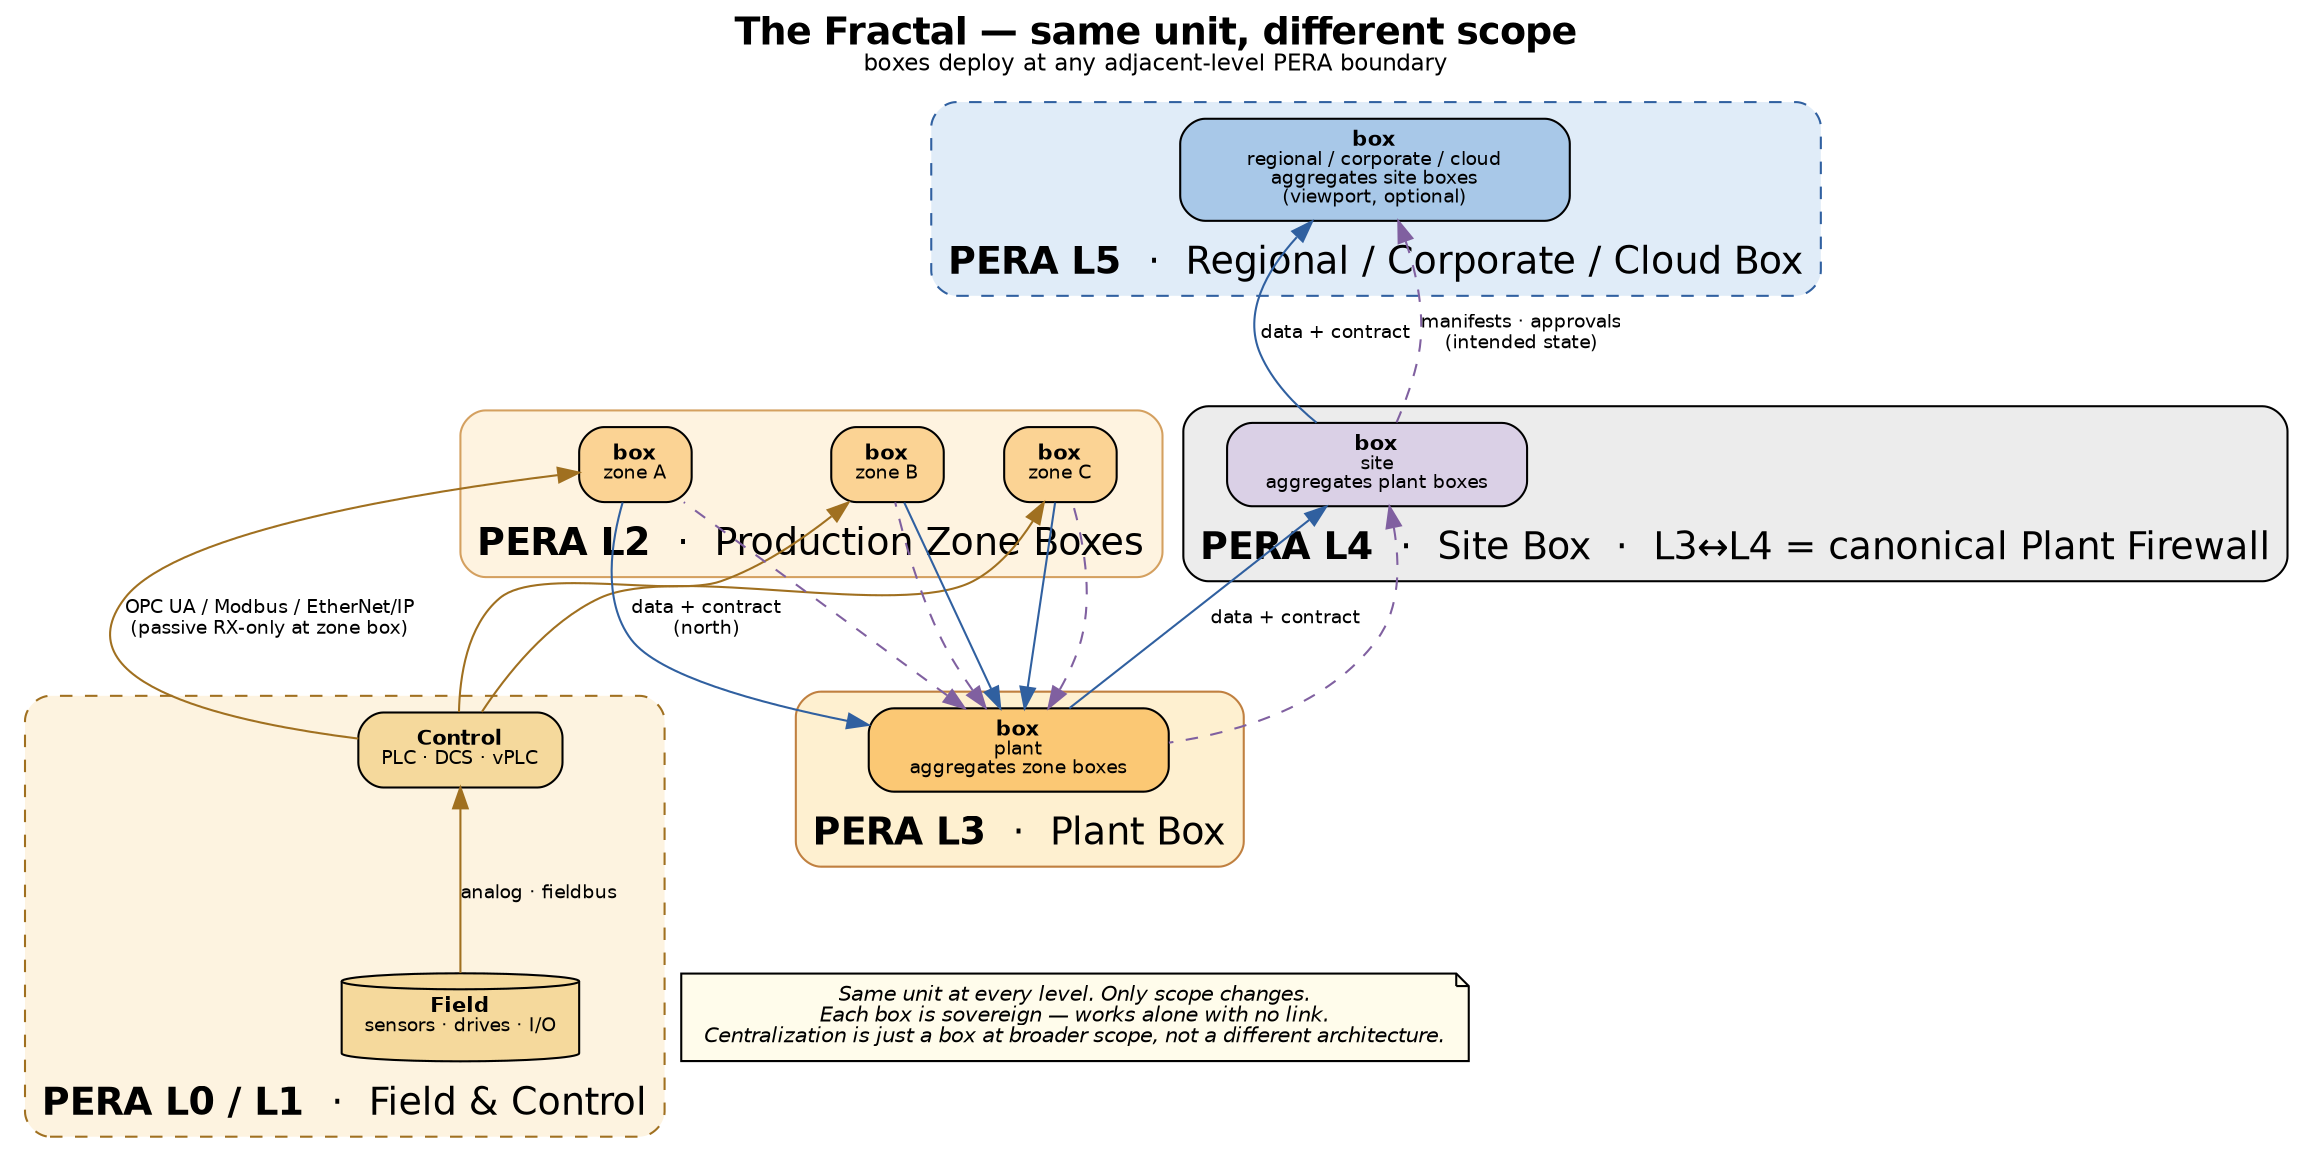
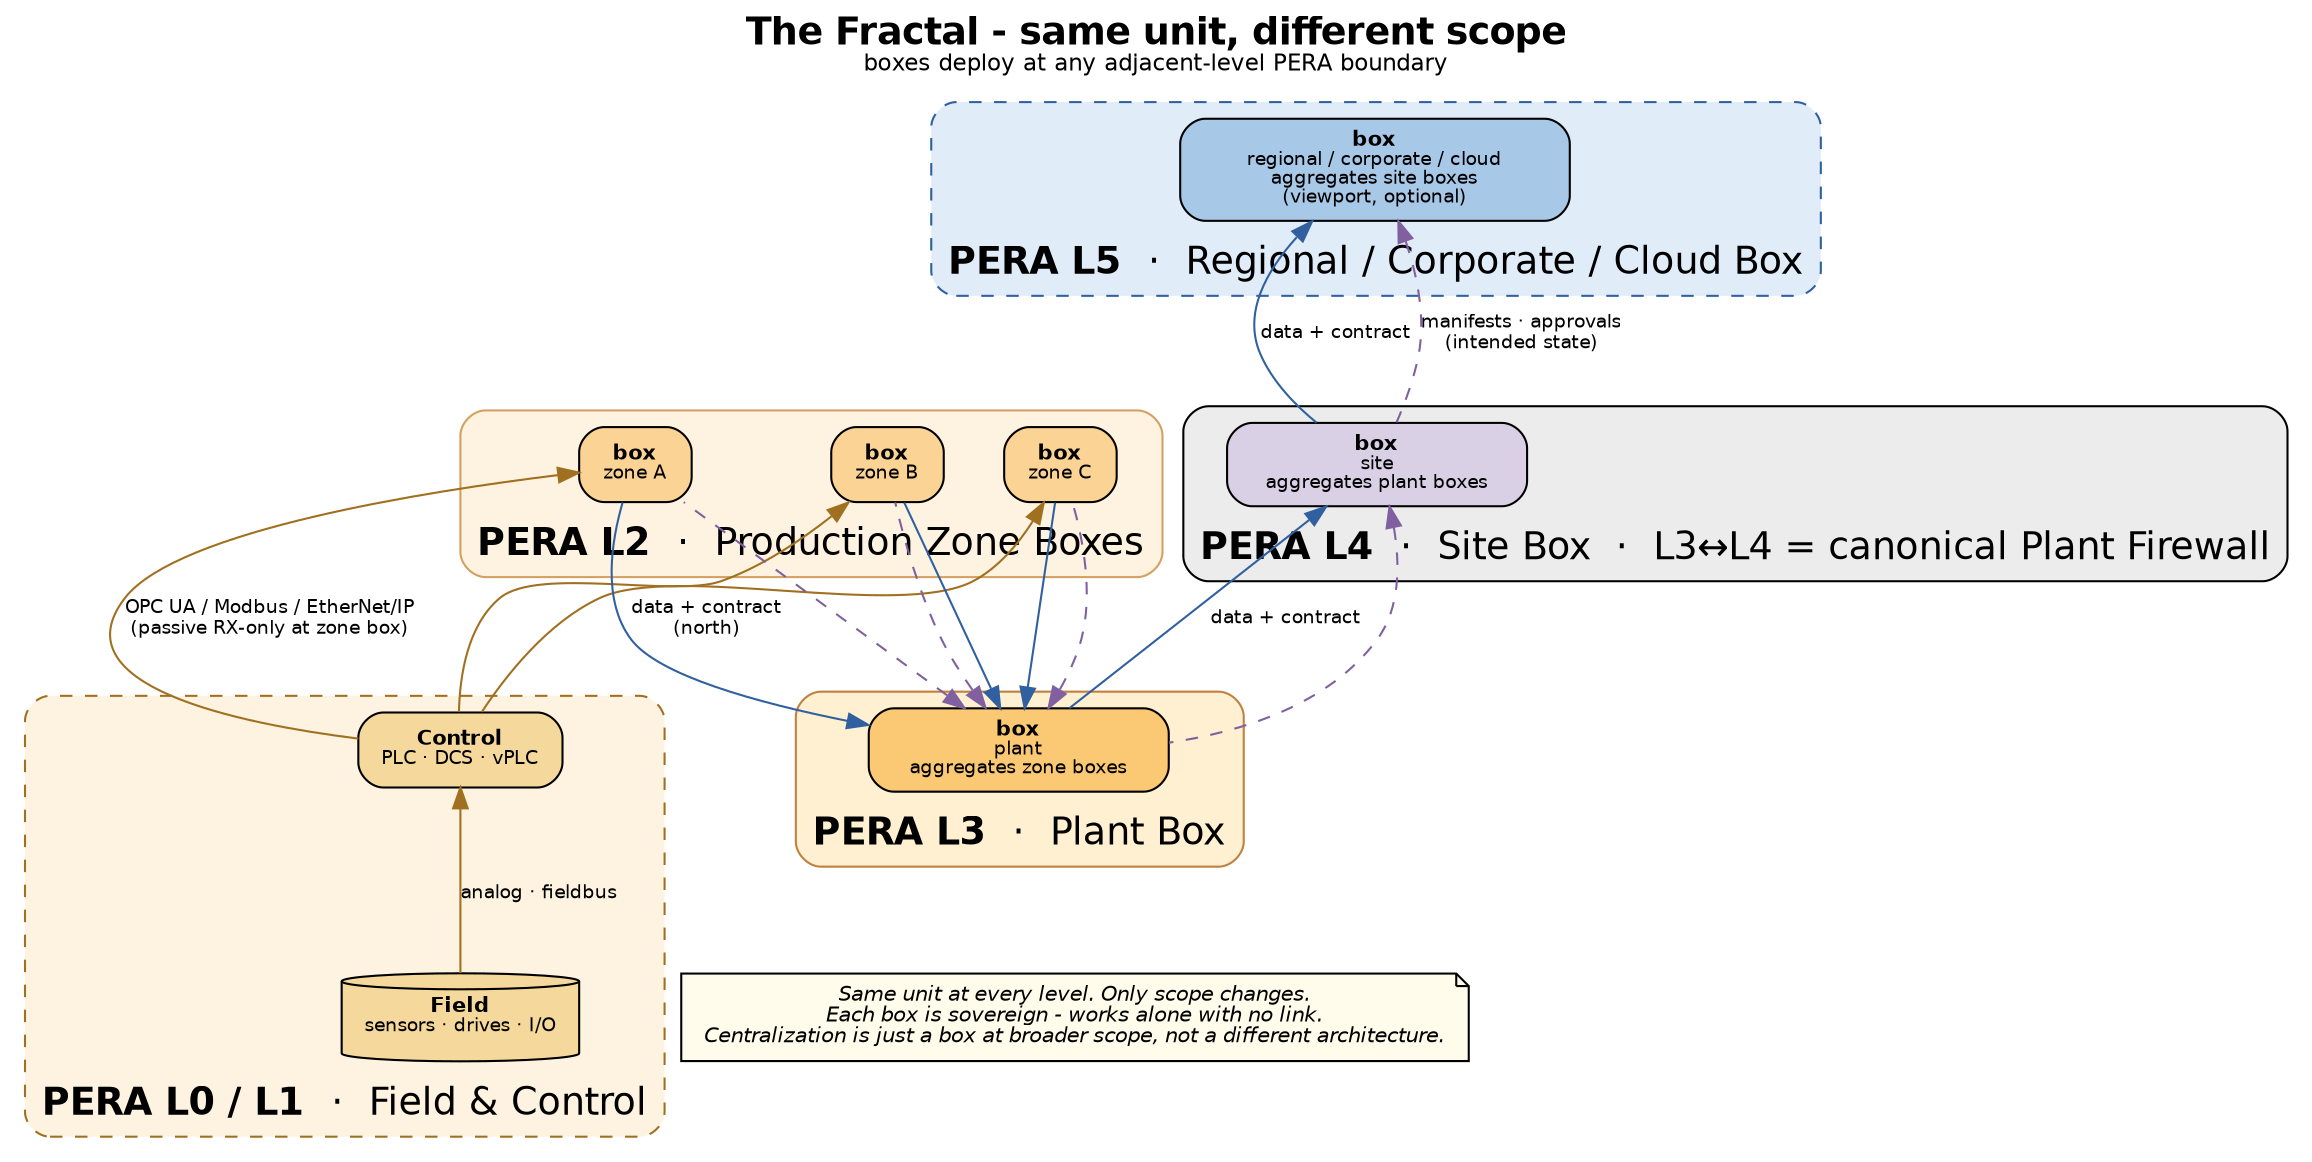
- // IIA — The Fractal: same unit at every scope
+ // IIA - The Fractal: same unit at every scope
// Render: dot -Tpng fractal.dot -o fractal.png

digraph Fractal {
  graph [
    rankdir=BT,
    splines=true,
    nodesep=0.4,
    ranksep=0.9,
    fontname="Helvetica",
    labelloc=t,
-     label=<<b>The Fractal — same unit, different scope</b><br/><font point-size="11">boxes deploy at any adjacent-level PERA boundary</font>>,
+     label=<<b>The Fractal - same unit, different scope</b><br/><font point-size="11">boxes deploy at any adjacent-level PERA boundary</font>>,
    fontsize=18,
    bgcolor="white"
  ];
  node [shape=box, style="rounded,filled", fontname="Helvetica", fontsize=10, margin="0.15,0.08"];
  edge [fontname="Helvetica", fontsize=9];

-   // ============= L0 / L1 — Field & Control =============
+   // ============= L0 / L1 - Field & Control =============
  subgraph cluster_field {
    label=<<b>PERA L0 / L1</b>  ·  Field &amp; Control>;
    style="rounded,dashed";
    color="#a07020";
    bgcolor="#fdf3e0";

    f1 [label=<<b>Field</b><br/><font point-size="9">sensors · drives · I/O</font>>, fillcolor="#f5d99c", shape=cylinder, height=0.5];
    c1 [label=<<b>Control</b><br/><font point-size="9">PLC · DCS · vPLC</font>>, fillcolor="#f5d99c"];
  }

-   // ============= L2 — Production Zone Boxes =============
+   // ============= L2 - Production Zone Boxes =============
  subgraph cluster_zones {
    label=<<b>PERA L2</b>  ·  Production Zone Boxes>;
    style="rounded,filled";
    fillcolor="#fef3e0";
    color="#d4a060";

    zoneA [label=<<b>box</b><br/><font point-size="9">zone A</font>>, fillcolor="#fbd394"];
    zoneB [label=<<b>box</b><br/><font point-size="9">zone B</font>>, fillcolor="#fbd394"];
    zoneC [label=<<b>box</b><br/><font point-size="9">zone C</font>>, fillcolor="#fbd394"];
  }

-   // ============= L3 — Plant Box =============
+   // ============= L3 - Plant Box =============
  subgraph cluster_plant {
    label=<<b>PERA L3</b>  ·  Plant Box>;
    style="rounded,filled";
    fillcolor="#fef0d0";
    color="#c08040";

    plant [
      label=<<b>box</b><br/><font point-size="9">plant<br/>aggregates zone boxes</font>>,
      fillcolor="#fbc874", width=2.0
    ];
  }

-   // ============= L4 — Site Box =============
+   // ============= L4 - Site Box =============
  subgraph cluster_site {
    label=<<b>PERA L4</b>  ·  Site Box  ·  L3↔L4 = canonical Plant Firewall>;
    style="rounded,filled";
    fillcolor="#ececec";
    color="#888";

    site [
      label=<<b>box</b><br/><font point-size="9">site<br/>aggregates plant boxes</font>>,
      fillcolor="#dad0e6", width=2.0
    ];
  }

-   // ============= L5 — Regional / Corporate / Cloud =============
+   // ============= L5 - Regional / Corporate / Cloud =============
  subgraph cluster_corp {
    label=<<b>PERA L5</b>  ·  Regional / Corporate / Cloud Box>;
    style="rounded,dashed";
    color="#3060a0";
    bgcolor="#e0ecf8";

    corp [
      label=<<b>box</b><br/><font point-size="9">regional / corporate / cloud<br/>aggregates site boxes<br/>(viewport, optional)</font>>,
      fillcolor="#a8c8e8", width=2.6
    ];
  }

  // ============= EDGES =============

  f1 -> c1 [label="analog · fieldbus", color="#a07020"];
  c1 -> zoneA [label="OPC UA / Modbus / EtherNet/IP\n(passive RX-only at zone box)", color="#a07020"];
  c1 -> zoneB [color="#a07020"];
  c1 -> zoneC [color="#a07020"];

  zoneA -> plant [label="data + contract\n(north)", color="#3060a0"];
  zoneB -> plant [color="#3060a0"];
  zoneC -> plant [color="#3060a0"];

  plant -> site [label="data + contract", color="#3060a0"];
  site  -> corp [label="data + contract", color="#3060a0"];

  // Manifests + approvals (back direction)
  corp  -> site  [label="manifests · approvals\n(intended state)", color="#8060a0", style=dashed, dir=back];
  site  -> plant [color="#8060a0", style=dashed, dir=back];
  plant -> zoneA [color="#8060a0", style=dashed, dir=back];
  plant -> zoneB [color="#8060a0", style=dashed, dir=back];
  plant -> zoneC [color="#8060a0", style=dashed, dir=back];

  // Annotations
  note [
-     label=<<i>Same unit at every level. Only scope changes.<br/>Each box is sovereign — works alone with no link.<br/>Centralization is just a box at broader scope, not a different architecture.</i>>,
+     label=<<i>Same unit at every level. Only scope changes.<br/>Each box is sovereign - works alone with no link.<br/>Centralization is just a box at broader scope, not a different architecture.</i>>,
    shape=note,
    fillcolor="#fffceb",
    fontsize=10
  ];
}
